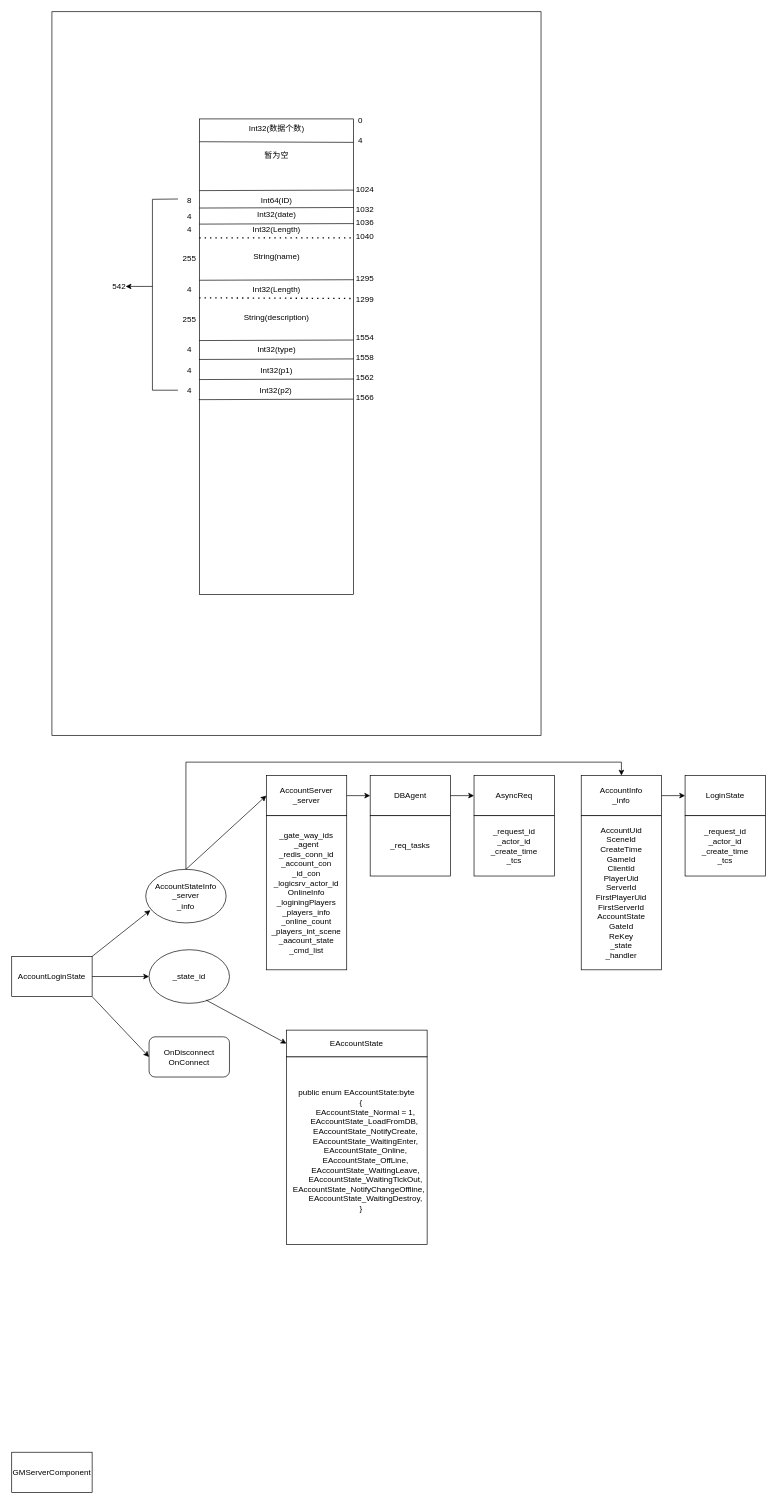
The draw.io diagram 未命名绘图.drawio in Eacie/draw, before the edit. Source tidied: cells renumbered, new cells numbered last; positions are measured from the earlier drawing's top-left corner, leaving out a move shared by most shapes. Both pictures are drawn from the tidied source at 67%, with x=0, y=0 at pixel (11, 11).
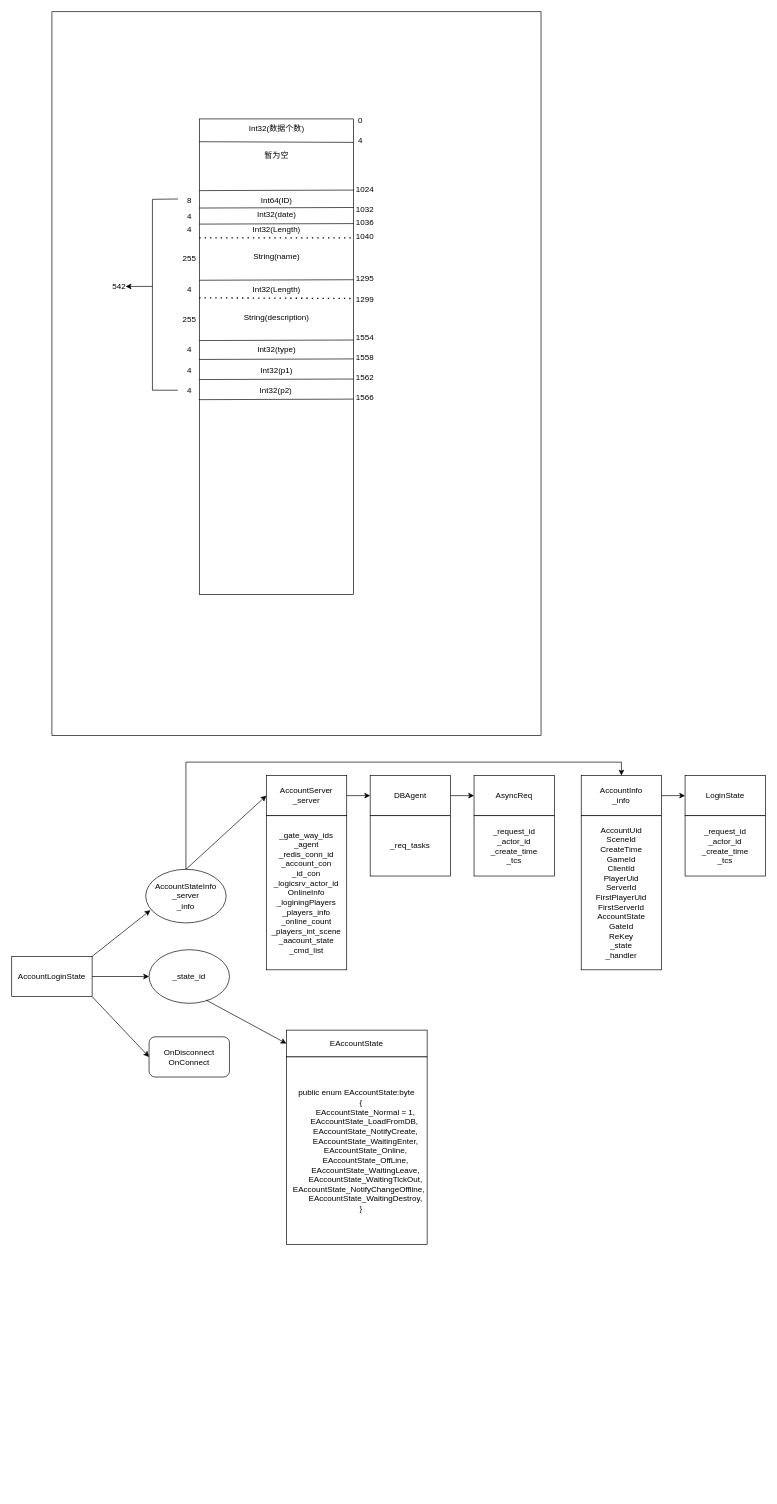
After the change.

Commit message:
更新未命名绘图.drawio

What changed in the source:
```diff
@@
-    <mxCell id="79" value="GMServerComponent" style="rounded=0;whiteSpace=wrap;html=1;" parent="1" vertex="1">
-      <mxGeometry y="2150" width="120" height="60" as="geometry" />
-    </mxCell>
```
